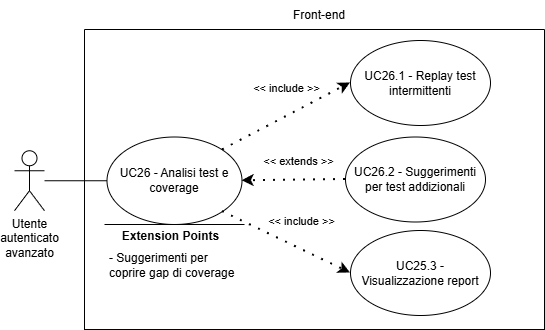
SkarabGroup/DocumentazioneProgetto keeps this draw.io diagram as assets/diagrams/UC26.png. Above is the earlier version. Source tidied: cells renumbered, new cells last; positions are measured from the earlier drawing's top-left corner, leaving out a move shared by most shapes.
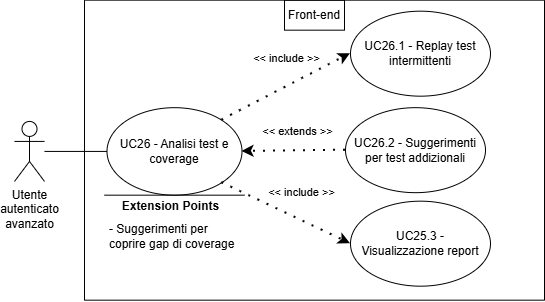
The same diagram one commit later.

The edit, as a diff of the source:
```diff
@@ -2,70 +2,70 @@
   <root>
     <mxCell id="0" />
     <mxCell id="1" parent="0" />
-    <mxCell id="2" style="endArrow=classic;html=1;rounded=0;" parent="1" edge="1">
-      <mxGeometry relative="1" as="geometry">
-        <mxPoint x="24" y="215" as="sourcePoint" />
-        <mxPoint x="24" y="215" as="targetPoint" />
-      </mxGeometry>
-    </mxCell>
-    <mxCell id="3" style="swimlane;startSize=0;" parent="1" vertex="1">
-      <mxGeometry x="70" y="29" width="460" height="300" as="geometry" />
-    </mxCell>
+    <mxCell id="21" style="endArrow=classic;html=1;rounded=0;" parent="1" edge="1">
+      <mxGeometry relative="1" as="geometry">
+        <mxPoint x="-285" y="1473.7" as="sourcePoint" />
+        <mxPoint x="-285" y="1473.7" as="targetPoint" />
+      </mxGeometry>
+    </mxCell>
+    <mxCell id="22" style="swimlane;startSize=0;" parent="1" vertex="1">
+      <mxGeometry x="-239" y="1287.7" width="460" height="300" as="geometry" />
+    </mxCell>
-    <mxCell id="4" value="Utente&lt;div&gt;autenticato&lt;/div&gt;&lt;div&gt;avanzato&lt;/div&gt;" style="shape=umlActor;verticalLabelPosition=bottom;verticalAlign=top;html=1;outlineConnect=0;align=center;" parent="3" vertex="1">
+    <mxCell id="4" value="Utente&lt;div&gt;autenticato&lt;/div&gt;&lt;div&gt;avanzato&lt;/div&gt;" style="shape=umlActor;verticalLabelPosition=bottom;verticalAlign=top;html=1;outlineConnect=0;align=center;" parent="22" vertex="1">
       <mxGeometry x="-70" y="121.2" width="30" height="60" as="geometry" />
     </mxCell>
-    <mxCell id="5" style="ellipse;whiteSpace=wrap;html=1;" parent="3" vertex="1">
+    <mxCell id="5" style="ellipse;whiteSpace=wrap;html=1;" parent="22" vertex="1">
       <mxGeometry x="22.5" y="107.5" width="135" height="87.5" as="geometry" />
     </mxCell>
-    <mxCell id="6" style="endArrow=none;html=1;rounded=0;entryX=0;entryY=0.5;entryDx=0;entryDy=0;" parent="3" edge="1" source="4" target="5">
+    <mxCell id="6" style="endArrow=none;html=1;rounded=0;entryX=0;entryY=0.5;entryDx=0;entryDy=0;" parent="22" edge="1" source="4" target="5">
       <mxGeometry relative="1" as="geometry" />
     </mxCell>
-    <mxCell id="7" style="endArrow=none;html=1;rounded=0;" parent="3" edge="1">
-      <mxGeometry relative="1" as="geometry">
-        <mxPoint x="20" y="195" as="sourcePoint" />
-        <mxPoint x="160" y="195" as="targetPoint" />
-      </mxGeometry>
-    </mxCell>
+    <mxCell id="23" style="endArrow=none;html=1;rounded=0;" parent="22" edge="1">
+      <mxGeometry relative="1" as="geometry">
+        <mxPoint x="20" y="195" as="sourcePoint" />
+        <mxPoint x="160" y="195" as="targetPoint" />
+      </mxGeometry>
+    </mxCell>
-    <mxCell id="8" value="&lt;b&gt;&lt;font style=&quot;font-size: 12px;&quot;&gt;Extension Points&lt;/font&gt;&lt;/b&gt;" style="edgeLabel;html=1;align=center;verticalAlign=middle;" parent="7" vertex="1">
+    <mxCell id="8" value="&lt;b&gt;&lt;font style=&quot;font-size: 12px;&quot;&gt;Extension Points&lt;/font&gt;&lt;/b&gt;" style="edgeLabel;html=1;align=center;verticalAlign=middle;" parent="23" vertex="1">
       <mxGeometry x="0.65" relative="1" as="geometry">
         <mxPoint x="-50" y="11" as="offset" />
       </mxGeometry>
     </mxCell>
-    <mxCell id="9" value="- Suggerimenti per coprire gap di coverage" style="text;html=1;align=left;verticalAlign=middle;whiteSpace=wrap;rounded=0;" parent="3" vertex="1">
+    <mxCell id="9" value="- Suggerimenti per coprire gap di coverage" style="text;html=1;align=left;verticalAlign=middle;whiteSpace=wrap;rounded=0;" parent="22" vertex="1">
       <mxGeometry x="22.5" y="221" width="137.5" height="30" as="geometry" />
     </mxCell>
-    <mxCell id="10" style="ellipse;whiteSpace=wrap;html=1;" parent="3" vertex="1">
+    <mxCell id="10" style="ellipse;whiteSpace=wrap;html=1;" parent="22" vertex="1">
       <mxGeometry x="266" y="11" width="140" height="85" as="geometry" />
     </mxCell>
-    <mxCell id="11" value="UC26.1 - Replay test intermittenti" style="text;html=1;align=center;verticalAlign=middle;whiteSpace=wrap;rounded=0;" parent="3" vertex="1">
+    <mxCell id="11" value="UC26.1 - Replay test intermittenti" style="text;html=1;align=center;verticalAlign=middle;whiteSpace=wrap;rounded=0;" parent="22" vertex="1">
       <mxGeometry x="271" y="18.5" width="130" height="70" as="geometry" />
     </mxCell>
-    <mxCell id="12" value="&amp;lt;&amp;lt; include &amp;gt;&amp;gt;" style="endArrow=classic;startArrow=none;endFill=1;startFill=0;html=1;verticalAlign=bottom;dashed=1;labelBackgroundColor=none;rounded=0;dashPattern=1 4;curved=0;endSize=6;strokeWidth=2;exitX=1;exitY=0;exitDx=0;exitDy=0;entryX=0;entryY=0.5;entryDx=0;entryDy=0;" parent="3" edge="1" source="5" target="10">
+    <mxCell id="12" value="&amp;lt;&amp;lt; include &amp;gt;&amp;gt;" style="endArrow=classic;startArrow=none;endFill=1;startFill=0;html=1;verticalAlign=bottom;dashed=1;labelBackgroundColor=none;rounded=0;dashPattern=1 4;curved=0;endSize=6;strokeWidth=2;exitX=1;exitY=0;exitDx=0;exitDy=0;entryX=0;entryY=0.5;entryDx=0;entryDy=0;" parent="22" edge="1" source="5" target="10">
       <mxGeometry x="0.12" y="17" relative="1" as="geometry" />
     </mxCell>
-    <mxCell id="13" style="ellipse;whiteSpace=wrap;html=1;" parent="3" vertex="1">
+    <mxCell id="13" style="ellipse;whiteSpace=wrap;html=1;" parent="22" vertex="1">
       <mxGeometry x="266" y="201" width="140" height="85" as="geometry" />
     </mxCell>
-    <mxCell id="14" value="UC25.3 - Visualizzazione report" style="text;html=1;align=center;verticalAlign=middle;whiteSpace=wrap;rounded=0;" parent="3" vertex="1">
+    <mxCell id="14" value="UC25.3 - Visualizzazione report" style="text;html=1;align=center;verticalAlign=middle;whiteSpace=wrap;rounded=0;" parent="22" vertex="1">
       <mxGeometry x="271" y="208.5" width="130" height="70" as="geometry" />
     </mxCell>
-    <mxCell id="15" style="ellipse;whiteSpace=wrap;html=1;" parent="3" vertex="1">
+    <mxCell id="15" style="ellipse;whiteSpace=wrap;html=1;" parent="22" vertex="1">
       <mxGeometry x="261" y="107.5" width="140" height="85" as="geometry" />
     </mxCell>
-    <mxCell id="16" value="UC26.2 - Suggerimenti per test addizionali" style="text;html=1;align=center;verticalAlign=middle;whiteSpace=wrap;rounded=0;" parent="3" vertex="1">
+    <mxCell id="16" value="UC26.2 - Suggerimenti per test addizionali" style="text;html=1;align=center;verticalAlign=middle;whiteSpace=wrap;rounded=0;" parent="22" vertex="1">
       <mxGeometry x="266" y="115" width="130" height="70" as="geometry" />
     </mxCell>
-    <mxCell id="17" value="&amp;lt;&amp;lt; extends &amp;gt;&amp;gt;" style="endArrow=classic;startArrow=none;endFill=1;startFill=0;html=1;verticalAlign=bottom;dashed=1;labelBackgroundColor=none;rounded=0;dashPattern=1 4;curved=0;endSize=6;strokeWidth=2;exitX=0;exitY=0.5;exitDx=0;exitDy=0;entryX=1;entryY=0.5;entryDx=0;entryDy=0;" parent="3" edge="1" source="15" target="5">
+    <mxCell id="17" value="&amp;lt;&amp;lt; extends &amp;gt;&amp;gt;" style="endArrow=classic;startArrow=none;endFill=1;startFill=0;html=1;verticalAlign=bottom;dashed=1;labelBackgroundColor=none;rounded=0;dashPattern=1 4;curved=0;endSize=6;strokeWidth=2;exitX=0;exitY=0.5;exitDx=0;exitDy=0;entryX=1;entryY=0.5;entryDx=0;entryDy=0;" parent="22" edge="1" source="15" target="5">
       <mxGeometry x="-0.09" y="-10" relative="1" as="geometry" />
     </mxCell>
-    <mxCell id="18" value="&amp;lt;&amp;lt; include &amp;gt;&amp;gt;" style="endArrow=classic;startArrow=none;endFill=1;startFill=0;html=1;verticalAlign=bottom;dashed=1;labelBackgroundColor=none;rounded=0;dashPattern=1 4;curved=0;endSize=6;strokeWidth=2;exitX=1;exitY=1;exitDx=0;exitDy=0;entryX=0;entryY=0.5;entryDx=0;entryDy=0;" parent="3" edge="1" source="5" target="13">
+    <mxCell id="18" value="&amp;lt;&amp;lt; include &amp;gt;&amp;gt;" style="endArrow=classic;startArrow=none;endFill=1;startFill=0;html=1;verticalAlign=bottom;dashed=1;labelBackgroundColor=none;rounded=0;dashPattern=1 4;curved=0;endSize=6;strokeWidth=2;exitX=1;exitY=1;exitDx=0;exitDy=0;entryX=0;entryY=0.5;entryDx=0;entryDy=0;" parent="22" edge="1" source="5" target="13">
       <mxGeometry x="0.12" y="17" relative="1" as="geometry" />
     </mxCell>
-    <mxCell id="19" value="&lt;div style=&quot;&quot;&gt;UC26 - Analisi test e coverage&lt;/div&gt;" style="text;html=1;align=center;verticalAlign=middle;whiteSpace=wrap;rounded=0;" parent="3" vertex="1">
+    <mxCell id="19" value="&lt;div style=&quot;&quot;&gt;UC26 - Analisi test e coverage&lt;/div&gt;" style="text;html=1;align=center;verticalAlign=middle;whiteSpace=wrap;rounded=0;" parent="22" vertex="1">
       <mxGeometry x="28.1" y="116.2" width="123.8" height="70" as="geometry" />
     </mxCell>
-    <mxCell id="20" value="Front-end" style="text;html=1;align=center;verticalAlign=middle;whiteSpace=wrap;rounded=0;" parent="1" vertex="1">
-      <mxGeometry x="275" width="60" height="30" as="geometry" />
+    <mxCell id="20" value="Front-end" style="text;html=1;align=center;verticalAlign=middle;whiteSpace=wrap;rounded=0;perimeterSpacing=1;strokeColor=default;" parent="22" vertex="1">
+      <mxGeometry x="200" width="60" height="30" as="geometry" />
     </mxCell>
   </root>
 </mxGraphModel>
```
